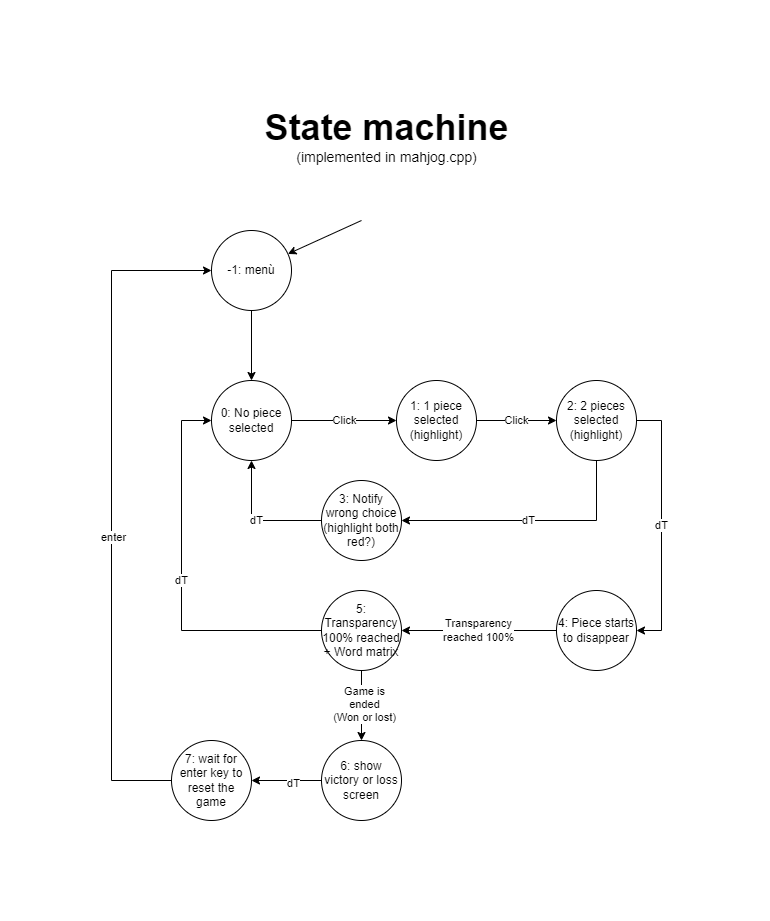
Above: State machine.png in gblfrc/cg-2023-mahjong (draw.io), before the change. Source tidied: cells renumbered, new cells last; positions are measured from the earlier drawing's top-left corner, leaving out a move shared by most shapes. Source of this version:
```xml
<mxGraphModel>
  <root>
    <mxCell id="0" />
    <mxCell id="1" parent="0" />
    <mxCell id="2" value="Click" style="edgeStyle=orthogonalEdgeStyle;rounded=0;jettySize=auto;html=1;" parent="1" edge="1" source="3" target="5">
      <mxGeometry relative="1" as="geometry" />
    </mxCell>
    <mxCell id="3" value="0: No piece selected" style="ellipse;whiteSpace=wrap;html=1;" parent="1" vertex="1">
      <mxGeometry x="100" y="280" width="80" height="80" as="geometry" />
    </mxCell>
    <mxCell id="4" value="Click" style="edgeStyle=orthogonalEdgeStyle;rounded=0;jettySize=auto;html=1;" parent="1" edge="1" source="5" target="8">
      <mxGeometry relative="1" as="geometry" />
    </mxCell>
    <mxCell id="5" value="1: 1 piece selected&lt;br&gt;(highlight)" style="ellipse;whiteSpace=wrap;html=1;" parent="1" vertex="1">
      <mxGeometry x="285" y="280" width="80" height="80" as="geometry" />
    </mxCell>
    <mxCell id="6" value="dT" style="edgeStyle=orthogonalEdgeStyle;rounded=0;jettySize=auto;html=1;entryX=1;entryY=0.5;entryDx=0;entryDy=0;" parent="1" edge="1" source="8" target="10">
      <mxGeometry relative="1" as="geometry">
        <Array as="points">
          <mxPoint x="550" y="320" />
          <mxPoint x="550" y="530" />
        </Array>
      </mxGeometry>
    </mxCell>
    <mxCell id="7" value="dT" style="edgeStyle=orthogonalEdgeStyle;rounded=0;jettySize=auto;html=1;entryX=1;entryY=0.5;entryDx=0;entryDy=0;" parent="1" edge="1" source="8" target="12">
      <mxGeometry relative="1" as="geometry">
        <Array as="points">
          <mxPoint x="485" y="420" />
        </Array>
      </mxGeometry>
    </mxCell>
    <mxCell id="8" value="2: 2 pieces selected&lt;br&gt;(highlight)" style="ellipse;whiteSpace=wrap;html=1;" parent="1" vertex="1">
      <mxGeometry x="445" y="280" width="80" height="80" as="geometry" />
    </mxCell>
    <mxCell id="9" value="Transparency&lt;br&gt;reached 100%" style="edgeStyle=orthogonalEdgeStyle;rounded=0;jettySize=auto;html=1;entryX=1;entryY=0.5;entryDx=0;entryDy=0;" parent="1" edge="1" source="10" target="16">
      <mxGeometry relative="1" as="geometry" />
    </mxCell>
    <mxCell id="10" value="4: Piece starts to disappear" style="ellipse;whiteSpace=wrap;html=1;" parent="1" vertex="1">
      <mxGeometry x="445" y="490" width="80" height="80" as="geometry" />
    </mxCell>
    <mxCell id="11" value="dT" style="edgeStyle=orthogonalEdgeStyle;rounded=0;jettySize=auto;html=1;entryX=0.5;entryY=1;entryDx=0;entryDy=0;" parent="1" edge="1" source="12" target="3">
      <mxGeometry relative="1" as="geometry">
        <Array as="points">
          <mxPoint x="140" y="420" />
        </Array>
      </mxGeometry>
    </mxCell>
    <mxCell id="12" value="3: Notify wrong choice&lt;br&gt;(highlight both red?)" style="ellipse;whiteSpace=wrap;html=1;" parent="1" vertex="1">
      <mxGeometry x="210" y="380" width="80" height="80" as="geometry" />
    </mxCell>
    <mxCell id="13" value="dT" style="edgeStyle=orthogonalEdgeStyle;rounded=0;jettySize=auto;html=1;entryX=0;entryY=0.5;entryDx=0;entryDy=0;" parent="1" edge="1" source="16" target="3">
      <mxGeometry relative="1" as="geometry">
        <Array as="points">
          <mxPoint x="70" y="530" />
          <mxPoint x="70" y="320" />
        </Array>
      </mxGeometry>
    </mxCell>
    <mxCell id="14" style="edgeStyle=orthogonalEdgeStyle;rounded=0;jettySize=auto;html=1;" parent="1" edge="1" source="16" target="22">
      <mxGeometry relative="1" as="geometry" />
    </mxCell>
    <mxCell id="15" value="Game is&lt;br&gt;ended&lt;br&gt;(Won or lost)" style="edgeLabel;html=1;align=center;verticalAlign=middle;" parent="14" vertex="1">
      <mxGeometry x="-0.06" y="2" relative="1" as="geometry" />
    </mxCell>
    <mxCell id="16" value="5: Transparency 100% reached&lt;br&gt;+ Word matrix" style="ellipse;whiteSpace=wrap;html=1;" parent="1" vertex="1">
      <mxGeometry x="210" y="490" width="80" height="80" as="geometry" />
    </mxCell>
    <mxCell id="17" style="edgeStyle=orthogonalEdgeStyle;rounded=0;jettySize=auto;html=1;" parent="1" edge="1" source="18" target="3">
      <mxGeometry relative="1" as="geometry" />
    </mxCell>
    <mxCell id="18" value="-1: menù" style="ellipse;whiteSpace=wrap;html=1;" parent="1" vertex="1">
      <mxGeometry x="100" y="130" width="80" height="80" as="geometry" />
    </mxCell>
    <mxCell id="19" style="endArrow=classic;html=1;rounded=0;" parent="1" edge="1" target="18">
      <mxGeometry relative="1" as="geometry">
        <mxPoint x="250" y="120" as="sourcePoint" />
      </mxGeometry>
    </mxCell>
    <mxCell id="20" style="edgeStyle=orthogonalEdgeStyle;rounded=0;jettySize=auto;html=1;" parent="1" edge="1" source="22" target="25">
      <mxGeometry relative="1" as="geometry" />
    </mxCell>
    <mxCell id="21" value="dT" style="edgeLabel;html=1;align=center;verticalAlign=middle;" parent="20" vertex="1">
      <mxGeometry x="-0.17" y="2" relative="1" as="geometry" />
    </mxCell>
    <mxCell id="22" value="6: show&lt;br&gt;victory or loss screen" style="ellipse;whiteSpace=wrap;html=1;" parent="1" vertex="1">
      <mxGeometry x="210" y="640" width="80" height="80" as="geometry" />
    </mxCell>
    <mxCell id="23" style="edgeStyle=orthogonalEdgeStyle;rounded=0;jettySize=auto;html=1;entryX=0;entryY=0.5;entryDx=0;entryDy=0;" parent="1" edge="1" source="25" target="18">
      <mxGeometry relative="1" as="geometry">
        <Array as="points">
          <mxPoint y="680" />
          <mxPoint y="170" />
        </Array>
      </mxGeometry>
    </mxCell>
    <mxCell id="24" value="enter" style="edgeLabel;html=1;align=center;verticalAlign=middle;" parent="23" vertex="1">
      <mxGeometry x="-0.09" y="-1" relative="1" as="geometry" />
    </mxCell>
    <mxCell id="25" value="7: wait for enter key to reset the game" style="ellipse;whiteSpace=wrap;html=1;" parent="1" vertex="1">
      <mxGeometry x="60" y="640" width="80" height="80" as="geometry" />
    </mxCell>
    <mxCell id="26" value="&lt;font style=&quot;&quot;&gt;&lt;font style=&quot;font-size: 36px;&quot;&gt;&lt;b&gt;State machine &lt;/b&gt;&lt;/font&gt;&lt;br&gt;&lt;span style=&quot;font-size: 14px;&quot;&gt;(implemented in mahjog.cpp)&lt;/span&gt;&lt;/font&gt;" style="text;html=1;align=center;verticalAlign=middle;strokeColor=none;fillColor=none;" parent="1" vertex="1">
      <mxGeometry x="140" width="270" height="70" as="geometry" />
    </mxCell>
  </root>
</mxGraphModel>
```
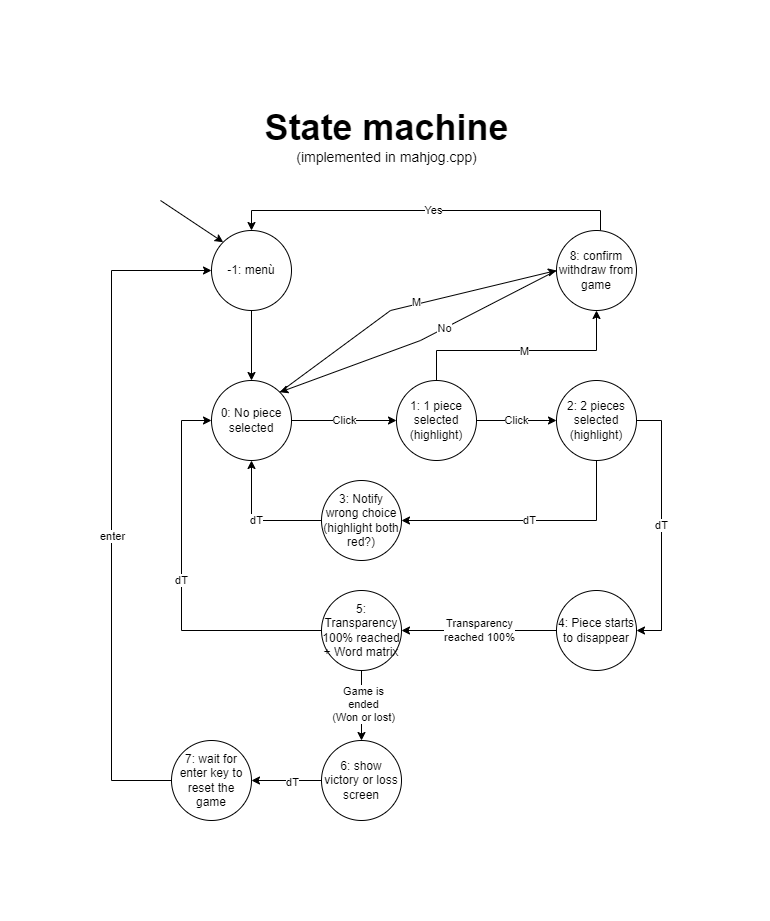
Later version of the same file.

Commit message:
Updated state machine with new state

Diff of the diagram source:
```diff
@@ -11,6 +11,17 @@
     <mxCell id="4" value="Click" style="edgeStyle=orthogonalEdgeStyle;rounded=0;jettySize=auto;html=1;" parent="1" edge="1" source="5" target="8">
       <mxGeometry relative="1" as="geometry" />
     </mxCell>
+    <mxCell id="27" style="edgeStyle=orthogonalEdgeStyle;rounded=0;jettySize=auto;html=1;" parent="1" edge="1" source="5" target="31">
+      <mxGeometry relative="1" as="geometry">
+        <Array as="points">
+          <mxPoint x="325" y="250" />
+          <mxPoint x="485" y="250" />
+        </Array>
+      </mxGeometry>
+    </mxCell>
+    <mxCell id="28" value="M" style="edgeLabel;html=1;align=center;verticalAlign=middle;" parent="27" vertex="1">
+      <mxGeometry x="0.02" y="-1" relative="1" as="geometry" />
+    </mxCell>
     <mxCell id="5" value="1: 1 piece selected&lt;br&gt;(highlight)" style="ellipse;whiteSpace=wrap;html=1;" parent="1" vertex="1">
       <mxGeometry x="285" y="280" width="80" height="80" as="geometry" />
     </mxCell>
@@ -71,9 +82,9 @@
     <mxCell id="18" value="-1: menù" style="ellipse;whiteSpace=wrap;html=1;" parent="1" vertex="1">
       <mxGeometry x="100" y="130" width="80" height="80" as="geometry" />
     </mxCell>
-    <mxCell id="19" style="endArrow=classic;html=1;rounded=0;" parent="1" edge="1" target="18">
+    <mxCell id="19" style="endArrow=classic;html=1;rounded=0;entryX=0;entryY=0;entryDx=0;entryDy=0;" parent="1" edge="1" target="18">
       <mxGeometry relative="1" as="geometry">
-        <mxPoint x="250" y="120" as="sourcePoint" />
+        <mxPoint x="49" y="100" as="sourcePoint" />
       </mxGeometry>
     </mxCell>
     <mxCell id="20" style="edgeStyle=orthogonalEdgeStyle;rounded=0;jettySize=auto;html=1;" parent="1" edge="1" source="22" target="25">
@@ -102,5 +113,39 @@
     <mxCell id="26" value="&lt;font style=&quot;&quot;&gt;&lt;font style=&quot;font-size: 36px;&quot;&gt;&lt;b&gt;State machine &lt;/b&gt;&lt;/font&gt;&lt;br&gt;&lt;span style=&quot;font-size: 14px;&quot;&gt;(implemented in mahjog.cpp)&lt;/span&gt;&lt;/font&gt;" style="text;html=1;align=center;verticalAlign=middle;strokeColor=none;fillColor=none;" parent="1" vertex="1">
       <mxGeometry x="140" width="270" height="70" as="geometry" />
     </mxCell>
+    <mxCell id="29" style="edgeStyle=orthogonalEdgeStyle;rounded=0;jettySize=auto;html=1;entryX=0.5;entryY=0;entryDx=0;entryDy=0;" parent="1" edge="1" source="31" target="18">
+      <mxGeometry relative="1" as="geometry">
+        <Array as="points">
+          <mxPoint x="489" y="110" />
+          <mxPoint x="140" y="110" />
+        </Array>
+      </mxGeometry>
+    </mxCell>
+    <mxCell id="30" value="Yes" style="edgeLabel;html=1;align=center;verticalAlign=middle;" parent="29" vertex="1">
+      <mxGeometry x="-0.03" relative="1" as="geometry" />
+    </mxCell>
+    <mxCell id="31" value="8: confirm withdraw from game" style="ellipse;whiteSpace=wrap;html=1;" parent="1" vertex="1">
+      <mxGeometry x="445" y="130" width="80" height="80" as="geometry" />
+    </mxCell>
+    <mxCell id="32" style="endArrow=classic;html=1;rounded=0;exitX=1;exitY=0;exitDx=0;exitDy=0;entryX=0;entryY=0.5;entryDx=0;entryDy=0;" parent="1" edge="1" source="3" target="31">
+      <mxGeometry relative="1" as="geometry">
+        <Array as="points">
+          <mxPoint x="279" y="210" />
+        </Array>
+      </mxGeometry>
+    </mxCell>
+    <mxCell id="33" value="M" style="edgeLabel;html=1;align=center;verticalAlign=middle;" parent="32" vertex="1">
+      <mxGeometry x="0.07" y="2" relative="1" as="geometry" />
+    </mxCell>
+    <mxCell id="34" style="endArrow=classic;html=1;rounded=0;exitX=0;exitY=0.5;exitDx=0;exitDy=0;entryX=1;entryY=0;entryDx=0;entryDy=0;" parent="1" edge="1" source="31" target="3">
+      <mxGeometry relative="1" as="geometry">
+        <Array as="points">
+          <mxPoint x="309" y="240" />
+        </Array>
+      </mxGeometry>
+    </mxCell>
+    <mxCell id="35" value="No" style="edgeLabel;html=1;align=center;verticalAlign=middle;" parent="34" vertex="1">
+      <mxGeometry x="-0.16" relative="1" as="geometry" />
+    </mxCell>
   </root>
 </mxGraphModel>
```
